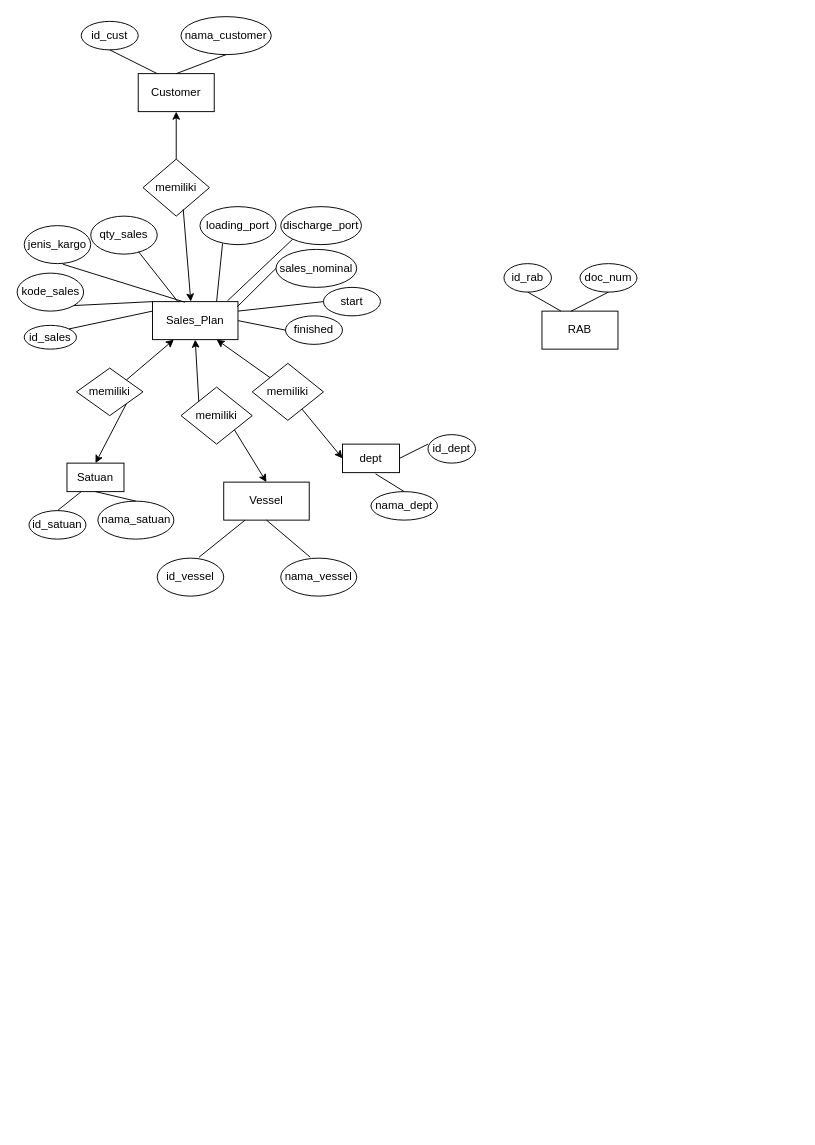
Mabrural/mitra-maritim keeps this draw.io diagram as page "ERD" (2 of 3) of MMM.drawio. Above is the earlier version. Source tidied: cells renumbered, new cells numbered last; positions are measured from the earlier drawing's top-left corner, leaving out a move shared by most shapes. Both pictures are drawn from the tidied source at 95%, with x=0, y=0 at pixel (17, 16).
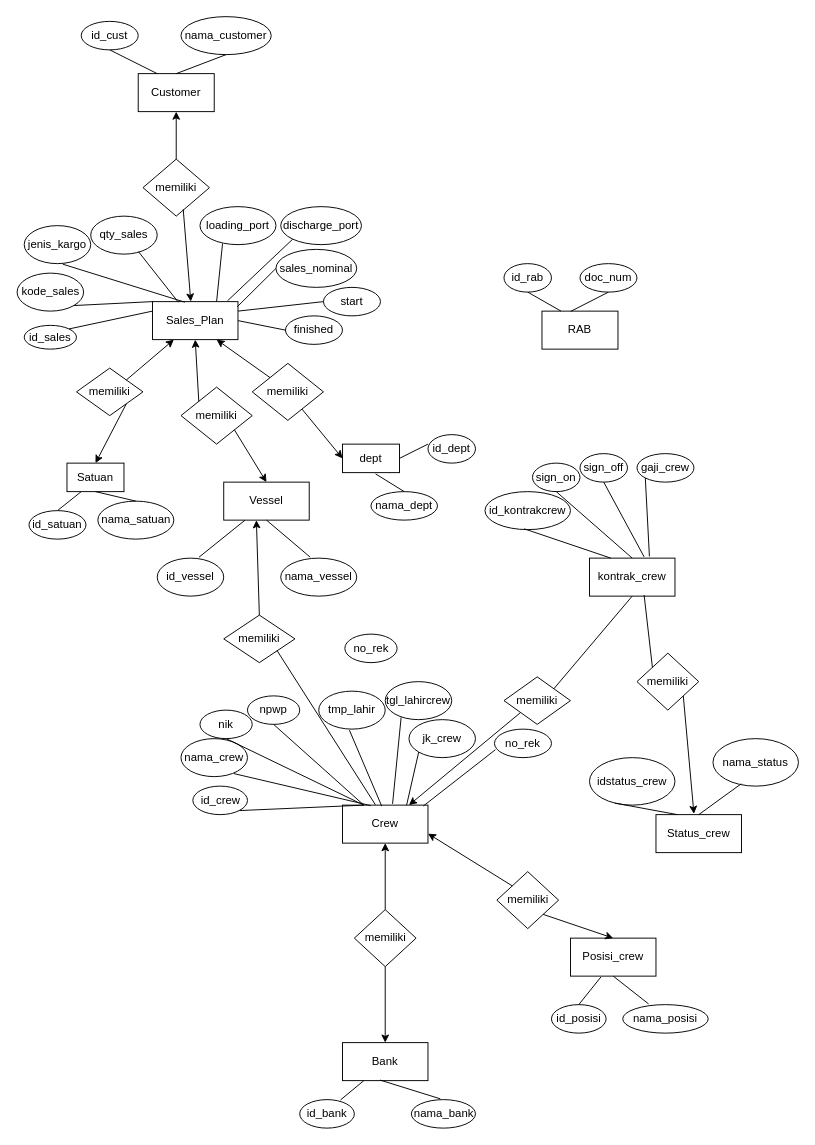
The same diagram, later.

Commit message (it also covers changes not shown here):
CRUD kontrak crew sudah berhasil, update database sistem.sql, dan file desain draw.io

Unchanged cells that the change refers to:
```xml
<mxCell id="4" value="Vessel" style="rounded=0;whiteSpace=wrap;html=1;" parent="1" vertex="1">
  <mxGeometry x="217" y="490" width="90" height="40" as="geometry" />
</mxCell>
```

Diff of the diagram source:
```diff
@@
+    <mxCell id="58" value="Crew" style="rounded=0;whiteSpace=wrap;html=1;" parent="1" vertex="1">
+      <mxGeometry x="342" y="830" width="90" height="40" as="geometry" />
+    </mxCell>
+    <mxCell id="59" value="id_crew" style="ellipse;whiteSpace=wrap;html=1;" parent="1" vertex="1">
+      <mxGeometry x="184.5" y="810" width="57.5" height="30" as="geometry" />
+    </mxCell>
+    <mxCell id="60" style="endArrow=none;html=1;rounded=0;exitX=0.25;exitY=0;exitDx=0;exitDy=0;entryX=1;entryY=1;entryDx=0;entryDy=0;" parent="1" edge="1" source="58" target="59">
+      <mxGeometry relative="1" as="geometry" />
+    </mxCell>
+    <mxCell id="61" value="nama_crew" style="ellipse;whiteSpace=wrap;html=1;" parent="1" vertex="1">
+      <mxGeometry x="172" y="760" width="70" height="40" as="geometry" />
+    </mxCell>
+    <mxCell id="62" style="endArrow=none;html=1;rounded=0;exitX=0.332;exitY=0.014;exitDx=0;exitDy=0;exitPerimeter=0;entryX=0.795;entryY=0.92;entryDx=0;entryDy=0;entryPerimeter=0;" parent="1" edge="1" source="58" target="61">
+      <mxGeometry relative="1" as="geometry" />
+    </mxCell>
+    <mxCell id="63" value="tmp_lahir" style="ellipse;whiteSpace=wrap;html=1;" parent="1" vertex="1">
+      <mxGeometry x="317" y="710" width="70" height="40" as="geometry" />
+    </mxCell>
+    <mxCell id="64" style="endArrow=none;html=1;rounded=0;exitX=0.459;exitY=0.026;exitDx=0;exitDy=0;exitPerimeter=0;entryX=0.461;entryY=1.026;entryDx=0;entryDy=0;entryPerimeter=0;" parent="1" edge="1" source="58" target="63">
+      <mxGeometry relative="1" as="geometry" />
+    </mxCell>
+    <mxCell id="65" value="tgl_lahircrew" style="ellipse;whiteSpace=wrap;html=1;" parent="1" vertex="1">
+      <mxGeometry x="387" y="700" width="70" height="40" as="geometry" />
+    </mxCell>
+    <mxCell id="66" style="endArrow=none;html=1;rounded=0;exitX=0.586;exitY=-0.033;exitDx=0;exitDy=0;exitPerimeter=0;entryX=0.239;entryY=0.943;entryDx=0;entryDy=0;entryPerimeter=0;" parent="1" edge="1" source="58" target="65">
+      <mxGeometry relative="1" as="geometry" />
+    </mxCell>
+    <mxCell id="67" value="jk_crew" style="ellipse;whiteSpace=wrap;html=1;" parent="1" vertex="1">
+      <mxGeometry x="412" y="740" width="70" height="40" as="geometry" />
+    </mxCell>
+    <mxCell id="68" style="endArrow=none;html=1;rounded=0;exitX=0.75;exitY=0;exitDx=0;exitDy=0;entryX=0;entryY=1;entryDx=0;entryDy=0;" parent="1" edge="1" source="58" target="67">
+      <mxGeometry relative="1" as="geometry" />
+    </mxCell>
+    <mxCell id="69" value="memiliki" style="rhombus;whiteSpace=wrap;html=1;" parent="1" vertex="1">
+      <mxGeometry x="217" y="630" width="75" height="50" as="geometry" />
+    </mxCell>
+    <mxCell id="70" style="endArrow=classic;html=1;rounded=0;entryX=0.382;entryY=1.002;entryDx=0;entryDy=0;entryPerimeter=0;exitX=0.5;exitY=0;exitDx=0;exitDy=0;" parent="1" edge="1" source="69" target="4">
+      <mxGeometry relative="1" as="geometry" />
+    </mxCell>
+    <mxCell id="71" style="endArrow=none;html=1;rounded=0;exitX=1;exitY=1;exitDx=0;exitDy=0;entryX=0.385;entryY=-0.01;entryDx=0;entryDy=0;entryPerimeter=0;" parent="1" edge="1" source="69" target="58">
+      <mxGeometry relative="1" as="geometry" />
+    </mxCell>
+    <mxCell id="72" value="kontrak_crew" style="rounded=0;whiteSpace=wrap;html=1;" parent="1" vertex="1">
+      <mxGeometry x="602" y="570" width="90" height="40" as="geometry" />
+    </mxCell>
+    <mxCell id="73" value="id_kontrakcrew" style="ellipse;whiteSpace=wrap;html=1;" parent="1" vertex="1">
+      <mxGeometry x="492" y="500" width="90" height="40" as="geometry" />
+    </mxCell>
+    <mxCell id="74" style="endArrow=none;html=1;rounded=0;entryX=0.459;entryY=0.979;entryDx=0;entryDy=0;entryPerimeter=0;exitX=0.25;exitY=0;exitDx=0;exitDy=0;" parent="1" edge="1" source="72" target="73">
+      <mxGeometry relative="1" as="geometry" />
+    </mxCell>
+    <mxCell id="75" value="sign_on" style="ellipse;whiteSpace=wrap;html=1;" parent="1" vertex="1">
+      <mxGeometry x="542" y="470" width="50" height="30" as="geometry" />
+    </mxCell>
+    <mxCell id="76" value="sign_off" style="ellipse;whiteSpace=wrap;html=1;" parent="1" vertex="1">
+      <mxGeometry x="592" y="460" width="50" height="30" as="geometry" />
+    </mxCell>
+    <mxCell id="77" style="endArrow=none;html=1;rounded=0;entryX=0.5;entryY=1;entryDx=0;entryDy=0;exitX=0.5;exitY=0;exitDx=0;exitDy=0;" parent="1" edge="1" source="72" target="75">
+      <mxGeometry relative="1" as="geometry" />
+    </mxCell>
+    <mxCell id="78" style="endArrow=none;html=1;rounded=0;entryX=0.5;entryY=1;entryDx=0;entryDy=0;exitX=0.639;exitY=-0.033;exitDx=0;exitDy=0;exitPerimeter=0;" parent="1" edge="1" source="72" target="76">
+      <mxGeometry relative="1" as="geometry" />
+    </mxCell>
+    <mxCell id="79" style="endArrow=classic;html=1;rounded=0;exitX=0;exitY=1;exitDx=0;exitDy=0;" parent="1" edge="1" source="80">
+      <mxGeometry relative="1" as="geometry">
+        <mxPoint x="412" y="830" as="targetPoint" />
+      </mxGeometry>
+    </mxCell>
+    <mxCell id="80" value="memiliki" style="rhombus;whiteSpace=wrap;html=1;" parent="1" vertex="1">
+      <mxGeometry x="512" y="695" width="70" height="50" as="geometry" />
+    </mxCell>
+    <mxCell id="81" style="endArrow=none;html=1;rounded=0;exitX=1;exitY=0;exitDx=0;exitDy=0;entryX=0.5;entryY=1;entryDx=0;entryDy=0;" parent="1" edge="1" source="80" target="72">
+      <mxGeometry relative="1" as="geometry" />
+    </mxCell>
+    <mxCell id="82" value="nik" style="ellipse;whiteSpace=wrap;html=1;" parent="1" vertex="1">
+      <mxGeometry x="192" y="730" width="55" height="30" as="geometry" />
+    </mxCell>
+    <mxCell id="83" style="endArrow=none;html=1;rounded=0;exitX=0.25;exitY=0;exitDx=0;exitDy=0;entryX=0.5;entryY=1;entryDx=0;entryDy=0;" parent="1" edge="1" source="58" target="82">
+      <mxGeometry relative="1" as="geometry" />
+    </mxCell>
+    <mxCell id="84" value="npwp" style="ellipse;whiteSpace=wrap;html=1;" parent="1" vertex="1">
+      <mxGeometry x="242" y="715" width="55" height="30" as="geometry" />
+    </mxCell>
+    <mxCell id="85" style="endArrow=none;html=1;rounded=0;exitX=0.25;exitY=0;exitDx=0;exitDy=0;entryX=0.5;entryY=1;entryDx=0;entryDy=0;" parent="1" edge="1" source="58" target="84">
+      <mxGeometry relative="1" as="geometry" />
+    </mxCell>
+    <mxCell id="86" value="no_rek" style="ellipse;whiteSpace=wrap;html=1;" parent="1" vertex="1">
+      <mxGeometry x="344.5" y="650" width="55" height="30" as="geometry" />
+    </mxCell>
+    <mxCell id="87" value="Bank" style="rounded=0;whiteSpace=wrap;html=1;" parent="1" vertex="1">
+      <mxGeometry x="342" y="1080" width="90" height="40" as="geometry" />
+    </mxCell>
+    <mxCell id="88" value="id_bank" style="ellipse;whiteSpace=wrap;html=1;" parent="1" vertex="1">
+      <mxGeometry x="297" y="1140" width="57.5" height="30" as="geometry" />
+    </mxCell>
+    <mxCell id="89" style="endArrow=none;html=1;rounded=0;exitX=0.747;exitY=0.01;exitDx=0;exitDy=0;exitPerimeter=0;entryX=0.25;entryY=1;entryDx=0;entryDy=0;" parent="1" edge="1" source="88" target="87">
+      <mxGeometry relative="1" as="geometry" />
+    </mxCell>
+    <mxCell id="90" value="nama_bank" style="ellipse;whiteSpace=wrap;html=1;" parent="1" vertex="1">
+      <mxGeometry x="414.5" y="1140" width="67.5" height="30" as="geometry" />
+    </mxCell>
+    <mxCell id="91" style="endArrow=none;html=1;rounded=0;exitX=0.451;exitY=-0.029;exitDx=0;exitDy=0;exitPerimeter=0;entryX=0.44;entryY=0.986;entryDx=0;entryDy=0;entryPerimeter=0;" parent="1" edge="1" source="90" target="87">
+      <mxGeometry relative="1" as="geometry" />
+    </mxCell>
+    <mxCell id="92" value="gaji_crew" style="ellipse;whiteSpace=wrap;html=1;" parent="1" vertex="1">
+      <mxGeometry x="652" y="460" width="60" height="30" as="geometry" />
+    </mxCell>
+    <mxCell id="93" style="endArrow=none;html=1;rounded=0;entryX=0;entryY=1;entryDx=0;entryDy=0;exitX=0.701;exitY=-0.046;exitDx=0;exitDy=0;exitPerimeter=0;" parent="1" edge="1" source="72" target="92">
+      <mxGeometry relative="1" as="geometry" />
+    </mxCell>
+    <mxCell id="94" value="memiliki" style="rhombus;whiteSpace=wrap;html=1;" parent="1" vertex="1">
+      <mxGeometry x="354.5" y="940" width="65" height="60" as="geometry" />
+    </mxCell>
+    <mxCell id="95" style="endArrow=classic;html=1;rounded=0;entryX=0.5;entryY=1;entryDx=0;entryDy=0;exitX=0.5;exitY=0;exitDx=0;exitDy=0;" parent="1" edge="1" source="94" target="58">
+      <mxGeometry relative="1" as="geometry" />
+    </mxCell>
+    <mxCell id="96" style="endArrow=classic;html=1;rounded=0;entryX=0.5;entryY=0;entryDx=0;entryDy=0;exitX=0.5;exitY=1;exitDx=0;exitDy=0;" parent="1" edge="1" source="94" target="87">
+      <mxGeometry relative="1" as="geometry" />
+    </mxCell>
+    <mxCell id="97" value="no_rek" style="ellipse;whiteSpace=wrap;html=1;" parent="1" vertex="1">
+      <mxGeometry x="502" y="750" width="60" height="30" as="geometry" />
+    </mxCell>
+    <mxCell id="98" style="endArrow=none;html=1;rounded=0;exitX=0.946;exitY=0.023;exitDx=0;exitDy=0;exitPerimeter=0;entryX=0.017;entryY=0.721;entryDx=0;entryDy=0;entryPerimeter=0;" parent="1" edge="1" source="58" target="97">
+      <mxGeometry relative="1" as="geometry" />
+    </mxCell>
+    <mxCell id="99" value="Posisi_crew" style="rounded=0;whiteSpace=wrap;html=1;" parent="1" vertex="1">
+      <mxGeometry x="582" y="970" width="90" height="40" as="geometry" />
+    </mxCell>
+    <mxCell id="100" value="id_posisi" style="ellipse;whiteSpace=wrap;html=1;" parent="1" vertex="1">
+      <mxGeometry x="562" y="1040" width="57.5" height="30" as="geometry" />
+    </mxCell>
+    <mxCell id="101" style="endArrow=none;html=1;rounded=0;exitX=0.5;exitY=0;exitDx=0;exitDy=0;entryX=0.356;entryY=1.023;entryDx=0;entryDy=0;entryPerimeter=0;" parent="1" edge="1" source="100" target="99">
+      <mxGeometry relative="1" as="geometry" />
+    </mxCell>
+    <mxCell id="102" value="nama_posisi" style="ellipse;whiteSpace=wrap;html=1;" parent="1" vertex="1">
+      <mxGeometry x="637" y="1040" width="90" height="30" as="geometry" />
+    </mxCell>
+    <mxCell id="103" style="endArrow=none;html=1;rounded=0;exitX=0.302;exitY=-0.026;exitDx=0;exitDy=0;entryX=0.5;entryY=1;entryDx=0;entryDy=0;exitPerimeter=0;" parent="1" edge="1" source="102" target="99">
+      <mxGeometry relative="1" as="geometry" />
+    </mxCell>
+    <mxCell id="104" value="memiliki" style="rhombus;whiteSpace=wrap;html=1;" parent="1" vertex="1">
+      <mxGeometry x="504.5" y="900" width="65" height="60" as="geometry" />
+    </mxCell>
+    <mxCell id="105" style="endArrow=classic;html=1;rounded=0;entryX=1;entryY=0.75;entryDx=0;entryDy=0;exitX=0;exitY=0;exitDx=0;exitDy=0;" parent="1" edge="1" source="104" target="58">
+      <mxGeometry relative="1" as="geometry" />
+    </mxCell>
+    <mxCell id="106" style="endArrow=classic;html=1;rounded=0;entryX=0.5;entryY=0;entryDx=0;entryDy=0;exitX=1;exitY=1;exitDx=0;exitDy=0;" parent="1" edge="1" source="104" target="99">
+      <mxGeometry relative="1" as="geometry" />
+    </mxCell>
+    <mxCell id="107" value="Status_crew" style="rounded=0;whiteSpace=wrap;html=1;" parent="1" vertex="1">
+      <mxGeometry x="672" y="840" width="90" height="40" as="geometry" />
+    </mxCell>
+    <mxCell id="108" value="idstatus_crew" style="ellipse;whiteSpace=wrap;html=1;" parent="1" vertex="1">
+      <mxGeometry x="602" y="780" width="90" height="50" as="geometry" />
+    </mxCell>
+    <mxCell id="109" style="endArrow=none;html=1;rounded=0;entryX=0.297;entryY=0.957;entryDx=0;entryDy=0;exitX=0.25;exitY=0;exitDx=0;exitDy=0;entryPerimeter=0;" parent="1" edge="1" source="107" target="108">
+      <mxGeometry relative="1" as="geometry" />
+    </mxCell>
+    <mxCell id="110" value="nama_status" style="ellipse;whiteSpace=wrap;html=1;" parent="1" vertex="1">
+      <mxGeometry x="732" y="760" width="90" height="50" as="geometry" />
+    </mxCell>
+    <mxCell id="111" style="endArrow=none;html=1;rounded=0;entryX=0.331;entryY=0.95;entryDx=0;entryDy=0;entryPerimeter=0;exitX=0.5;exitY=0;exitDx=0;exitDy=0;" parent="1" edge="1" source="107" target="110">
+      <mxGeometry relative="1" as="geometry" />
+    </mxCell>
+    <mxCell id="112" value="memiliki" style="rhombus;whiteSpace=wrap;html=1;" parent="1" vertex="1">
+      <mxGeometry x="652" y="670" width="65" height="60" as="geometry" />
+    </mxCell>
+    <mxCell id="113" style="endArrow=classic;html=1;rounded=0;entryX=0.444;entryY=-0.02;entryDx=0;entryDy=0;exitX=1;exitY=1;exitDx=0;exitDy=0;entryPerimeter=0;" parent="1" edge="1" source="112" target="107">
+      <mxGeometry relative="1" as="geometry" />
+    </mxCell>
+    <mxCell id="114" style="endArrow=none;html=1;rounded=0;entryX=0;entryY=0;entryDx=0;entryDy=0;exitX=0.639;exitY=0.972;exitDx=0;exitDy=0;exitPerimeter=0;" parent="1" edge="1" source="72" target="112">
+      <mxGeometry relative="1" as="geometry" />
+    </mxCell>
```
